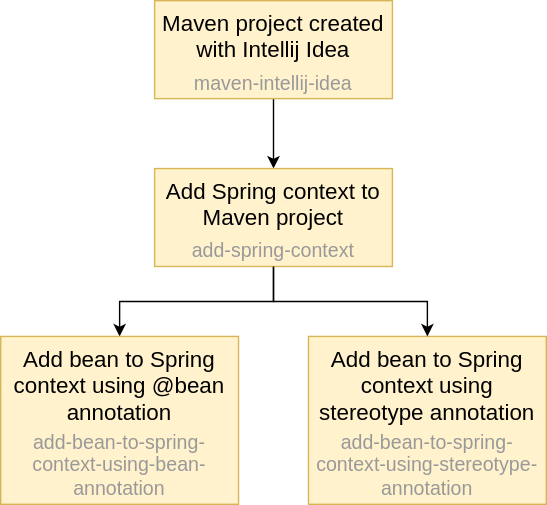
Above: profile/repositories-graph.svg in Romach-Education/.github (draw.io), before the change. Source tidied: cells renumbered, new cells last; positions are measured from the earlier drawing's top-left corner, leaving out a move shared by most shapes.
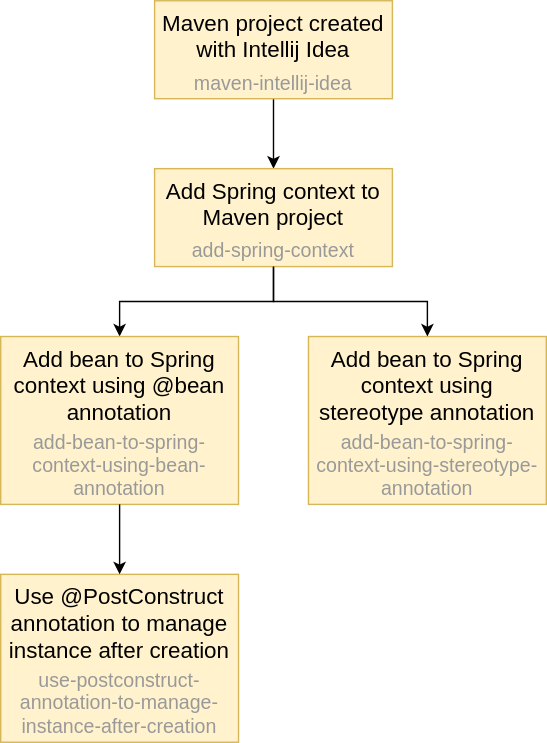
The same diagram one commit later.

Commit message:
Update repositories graph

Change to the diagram source:
```diff
@@ -47,5 +47,17 @@
     <mxCell id="16" style="edgeStyle=orthogonalEdgeStyle;rounded=0;jettySize=auto;html=1;" parent="1" edge="1" source="8" target="15">
       <mxGeometry relative="1" as="geometry" />
     </mxCell>
+    <mxCell id="17" style="rounded=0;whiteSpace=wrap;html=1;fillColor=#fff2cc;strokeColor=#d6b656;" parent="1" vertex="1">
+      <mxGeometry y="410" width="170" height="120" as="geometry" />
+    </mxCell>
+    <mxCell id="18" value="&lt;font color=&quot;#999999&quot; style=&quot;font-size: 14px;&quot;&gt;use-postconstruct-annotation-to-manage-instance-after-creation&lt;/font&gt;" style="rounded=0;whiteSpace=wrap;html=1;strokeColor=none;fillColor=none;verticalAlign=bottom;" parent="17" vertex="1">
+      <mxGeometry y="71.1" width="170" height="48.9" as="geometry" />
+    </mxCell>
+    <mxCell id="19" value="&lt;font style=&quot;font-size: 16px;&quot;&gt;Use @PostConstruct annotation to manage instance after creation&lt;/font&gt;" style="rounded=0;whiteSpace=wrap;html=1;strokeColor=none;fillColor=none;verticalAlign=top;" parent="17" vertex="1">
+      <mxGeometry width="170" height="71.1" as="geometry" />
+    </mxCell>
+    <mxCell id="20" style="edgeStyle=orthogonalEdgeStyle;rounded=0;jettySize=auto;html=1;" parent="1" edge="1" source="11" target="19">
+      <mxGeometry relative="1" as="geometry" />
+    </mxCell>
   </root>
 </mxGraphModel>
```
